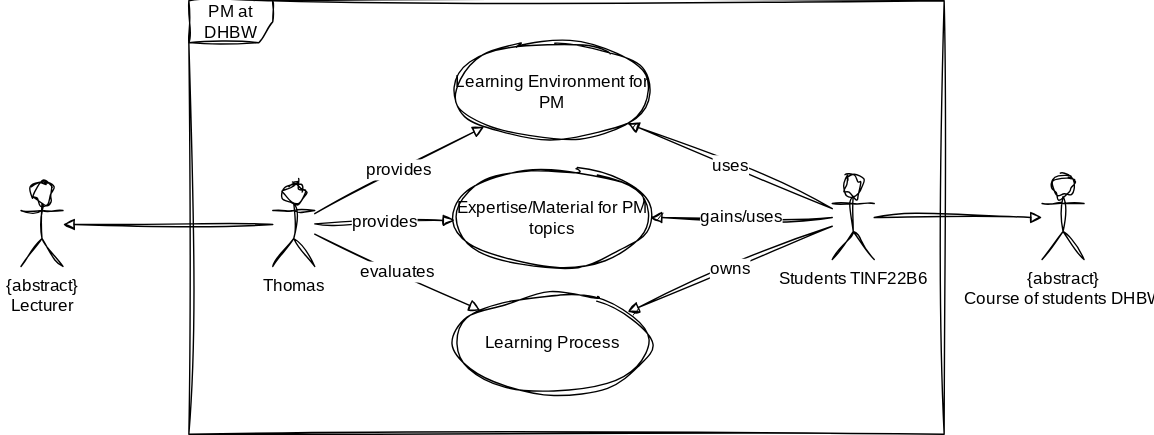
The draw.io diagram lesson 201 - orientation/slides/graphics/pm-at-dhbw.drawio.svg in thomykay/dhbw-projectmanagement1, before a commit. Source tidied: cells renumbered, new cells last; positions are measured from the earlier drawing's top-left corner, leaving out a move shared by most shapes. Source of this version:
```xml
<mxGraphModel>
  <root>
    <mxCell id="0" />
    <mxCell id="1" parent="0" />
    <mxCell id="2" value="{abstract}&lt;br&gt;Lecturer" style="shape=umlActor;verticalLabelPosition=bottom;verticalAlign=top;html=1;outlineConnect=0;sketch=1;hachureGap=4;jiggle=2;curveFitting=1;fontFamily=Architects Daughter;fontSource=https%3A%2F%2Ffonts.googleapis.com%2Fcss%3Ffamily%3DArchitects%2BDaughter;fontSize=12;" parent="1" vertex="1">
      <mxGeometry y="130" width="30" height="60" as="geometry" />
    </mxCell>
    <mxCell id="3" value="PM at DHBW" style="shape=umlFrame;whiteSpace=wrap;html=1;sketch=1;hachureGap=4;jiggle=2;curveFitting=1;fontFamily=Architects Daughter;fontSource=https%3A%2F%2Ffonts.googleapis.com%2Fcss%3Ffamily%3DArchitects%2BDaughter;fontSize=12;" parent="1" vertex="1">
      <mxGeometry x="120" width="540" height="310" as="geometry" />
    </mxCell>
    <mxCell id="4" value="Learning Environment for PM" style="ellipse;whiteSpace=wrap;html=1;sketch=1;hachureGap=4;jiggle=2;curveFitting=1;fontFamily=Architects Daughter;fontSource=https%3A%2F%2Ffonts.googleapis.com%2Fcss%3Ffamily%3DArchitects%2BDaughter;fontSize=12;" parent="1" vertex="1">
      <mxGeometry x="310" y="30" width="140" height="70" as="geometry" />
    </mxCell>
    <mxCell id="5" value="uses" style="edgeStyle=none;sketch=1;hachureGap=4;jiggle=2;curveFitting=1;html=1;fontFamily=Architects Daughter;fontSource=https%3A%2F%2Ffonts.googleapis.com%2Fcss%3Ffamily%3DArchitects%2BDaughter;fontSize=12;endArrow=block;endFill=1;" parent="1" edge="1" source="9" target="4">
      <mxGeometry relative="1" as="geometry" />
    </mxCell>
    <mxCell id="6" value="gains/uses" style="edgeStyle=none;sketch=1;hachureGap=4;jiggle=2;curveFitting=1;html=1;fontFamily=Architects Daughter;fontSource=https%3A%2F%2Ffonts.googleapis.com%2Fcss%3Ffamily%3DArchitects%2BDaughter;fontSize=12;endArrow=block;endFill=1;" parent="1" edge="1" source="9" target="10">
      <mxGeometry relative="1" as="geometry" />
    </mxCell>
    <mxCell id="7" value="owns" style="edgeStyle=none;sketch=1;hachureGap=4;jiggle=2;curveFitting=1;html=1;fontFamily=Architects Daughter;fontSource=https%3A%2F%2Ffonts.googleapis.com%2Fcss%3Ffamily%3DArchitects%2BDaughter;fontSize=12;endArrow=block;endFill=1;" parent="1" edge="1" source="9" target="11">
      <mxGeometry relative="1" as="geometry" />
    </mxCell>
    <mxCell id="8" style="edgeStyle=none;sketch=1;hachureGap=4;jiggle=2;curveFitting=1;html=1;fontFamily=Architects Daughter;fontSource=https%3A%2F%2Ffonts.googleapis.com%2Fcss%3Ffamily%3DArchitects%2BDaughter;fontSize=12;endArrow=block;endFill=0;" parent="1" edge="1" source="9" target="17">
      <mxGeometry relative="1" as="geometry" />
    </mxCell>
    <mxCell id="9" value="Students TINF22B6" style="shape=umlActor;verticalLabelPosition=bottom;verticalAlign=top;html=1;outlineConnect=0;sketch=1;hachureGap=4;jiggle=2;curveFitting=1;fontFamily=Architects Daughter;fontSource=https%3A%2F%2Ffonts.googleapis.com%2Fcss%3Ffamily%3DArchitects%2BDaughter;fontSize=12;" parent="1" vertex="1">
      <mxGeometry x="580" y="125" width="30" height="60" as="geometry" />
    </mxCell>
    <mxCell id="10" value="Expertise/Material for PM topics" style="ellipse;whiteSpace=wrap;html=1;sketch=1;hachureGap=4;jiggle=2;curveFitting=1;fontFamily=Architects Daughter;fontSource=https%3A%2F%2Ffonts.googleapis.com%2Fcss%3Ffamily%3DArchitects%2BDaughter;fontSize=12;" parent="1" vertex="1">
      <mxGeometry x="310" y="120" width="140" height="70" as="geometry" />
    </mxCell>
    <mxCell id="11" value="Learning Process" style="ellipse;whiteSpace=wrap;html=1;sketch=1;hachureGap=4;jiggle=2;curveFitting=1;fontFamily=Architects Daughter;fontSource=https%3A%2F%2Ffonts.googleapis.com%2Fcss%3Ffamily%3DArchitects%2BDaughter;fontSize=12;" parent="1" vertex="1">
      <mxGeometry x="310" y="210" width="140" height="70" as="geometry" />
    </mxCell>
    <mxCell id="12" style="edgeStyle=none;sketch=1;hachureGap=4;jiggle=2;curveFitting=1;html=1;fontFamily=Architects Daughter;fontSource=https%3A%2F%2Ffonts.googleapis.com%2Fcss%3Ffamily%3DArchitects%2BDaughter;fontSize=12;endArrow=block;endFill=0;" parent="1" edge="1" source="16" target="2">
      <mxGeometry relative="1" as="geometry" />
    </mxCell>
    <mxCell id="13" value="provides" style="edgeStyle=none;sketch=1;hachureGap=4;jiggle=2;curveFitting=1;html=1;fontFamily=Architects Daughter;fontSource=https%3A%2F%2Ffonts.googleapis.com%2Fcss%3Ffamily%3DArchitects%2BDaughter;fontSize=12;endArrow=block;endFill=0;" parent="1" edge="1" source="16" target="4">
      <mxGeometry relative="1" as="geometry" />
    </mxCell>
    <mxCell id="14" value="provides" style="edgeStyle=none;sketch=1;hachureGap=4;jiggle=2;curveFitting=1;html=1;fontFamily=Architects Daughter;fontSource=https%3A%2F%2Ffonts.googleapis.com%2Fcss%3Ffamily%3DArchitects%2BDaughter;fontSize=12;endArrow=block;endFill=0;" parent="1" edge="1" source="16" target="10">
      <mxGeometry relative="1" as="geometry" />
    </mxCell>
    <mxCell id="15" value="evaluates" style="edgeStyle=none;sketch=1;hachureGap=4;jiggle=2;curveFitting=1;html=1;fontFamily=Architects Daughter;fontSource=https%3A%2F%2Ffonts.googleapis.com%2Fcss%3Ffamily%3DArchitects%2BDaughter;fontSize=12;endArrow=block;endFill=0;" parent="1" edge="1" source="16" target="11">
      <mxGeometry relative="1" as="geometry" />
    </mxCell>
    <mxCell id="16" value="Thomas" style="shape=umlActor;verticalLabelPosition=bottom;verticalAlign=top;html=1;outlineConnect=0;sketch=1;hachureGap=4;jiggle=2;curveFitting=1;fontFamily=Architects Daughter;fontSource=https%3A%2F%2Ffonts.googleapis.com%2Fcss%3Ffamily%3DArchitects%2BDaughter;fontSize=12;" parent="1" vertex="1">
      <mxGeometry x="180" y="130" width="30" height="60" as="geometry" />
    </mxCell>
    <mxCell id="17" value="{abstract}&lt;br&gt;Course of students DHBW" style="shape=umlActor;verticalLabelPosition=bottom;verticalAlign=top;html=1;outlineConnect=0;sketch=1;hachureGap=4;jiggle=2;curveFitting=1;fontFamily=Architects Daughter;fontSource=https%3A%2F%2Ffonts.googleapis.com%2Fcss%3Ffamily%3DArchitects%2BDaughter;fontSize=12;" parent="1" vertex="1">
      <mxGeometry x="730" y="125" width="30" height="60" as="geometry" />
    </mxCell>
  </root>
</mxGraphModel>
```
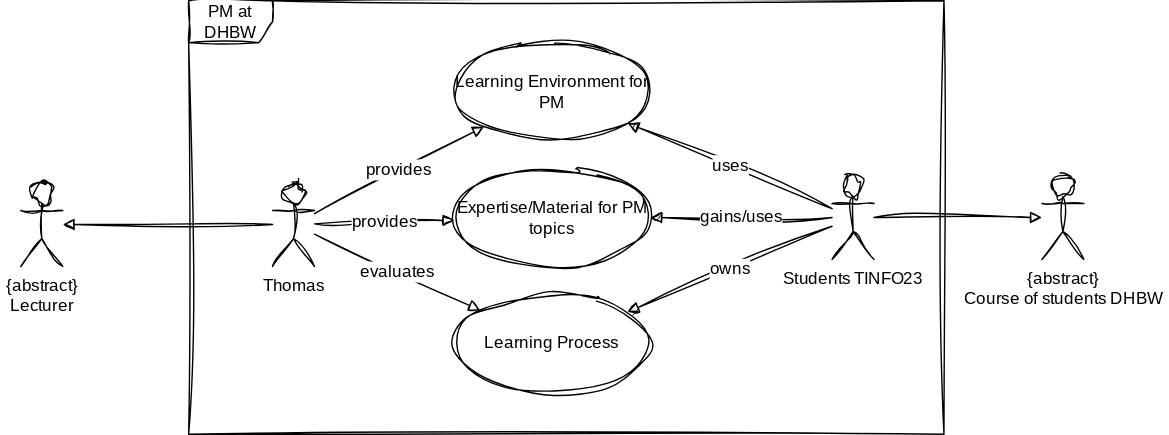
The same diagram one commit later.

The edit, as a diff of the source:
```diff
@@ -23,7 +23,7 @@
     <mxCell id="8" style="edgeStyle=none;sketch=1;hachureGap=4;jiggle=2;curveFitting=1;html=1;fontFamily=Architects Daughter;fontSource=https%3A%2F%2Ffonts.googleapis.com%2Fcss%3Ffamily%3DArchitects%2BDaughter;fontSize=12;endArrow=block;endFill=0;" parent="1" edge="1" source="9" target="17">
       <mxGeometry relative="1" as="geometry" />
     </mxCell>
-    <mxCell id="9" value="Students TINF22B6" style="shape=umlActor;verticalLabelPosition=bottom;verticalAlign=top;html=1;outlineConnect=0;sketch=1;hachureGap=4;jiggle=2;curveFitting=1;fontFamily=Architects Daughter;fontSource=https%3A%2F%2Ffonts.googleapis.com%2Fcss%3Ffamily%3DArchitects%2BDaughter;fontSize=12;" parent="1" vertex="1">
+    <mxCell id="9" value="Students TINFO23" style="shape=umlActor;verticalLabelPosition=bottom;verticalAlign=top;html=1;outlineConnect=0;sketch=1;hachureGap=4;jiggle=2;curveFitting=1;fontFamily=Architects Daughter;fontSource=https%3A%2F%2Ffonts.googleapis.com%2Fcss%3Ffamily%3DArchitects%2BDaughter;fontSize=12;" parent="1" vertex="1">
       <mxGeometry x="580" y="125" width="30" height="60" as="geometry" />
     </mxCell>
     <mxCell id="10" value="Expertise/Material for PM topics" style="ellipse;whiteSpace=wrap;html=1;sketch=1;hachureGap=4;jiggle=2;curveFitting=1;fontFamily=Architects Daughter;fontSource=https%3A%2F%2Ffonts.googleapis.com%2Fcss%3Ffamily%3DArchitects%2BDaughter;fontSize=12;" parent="1" vertex="1">
```
